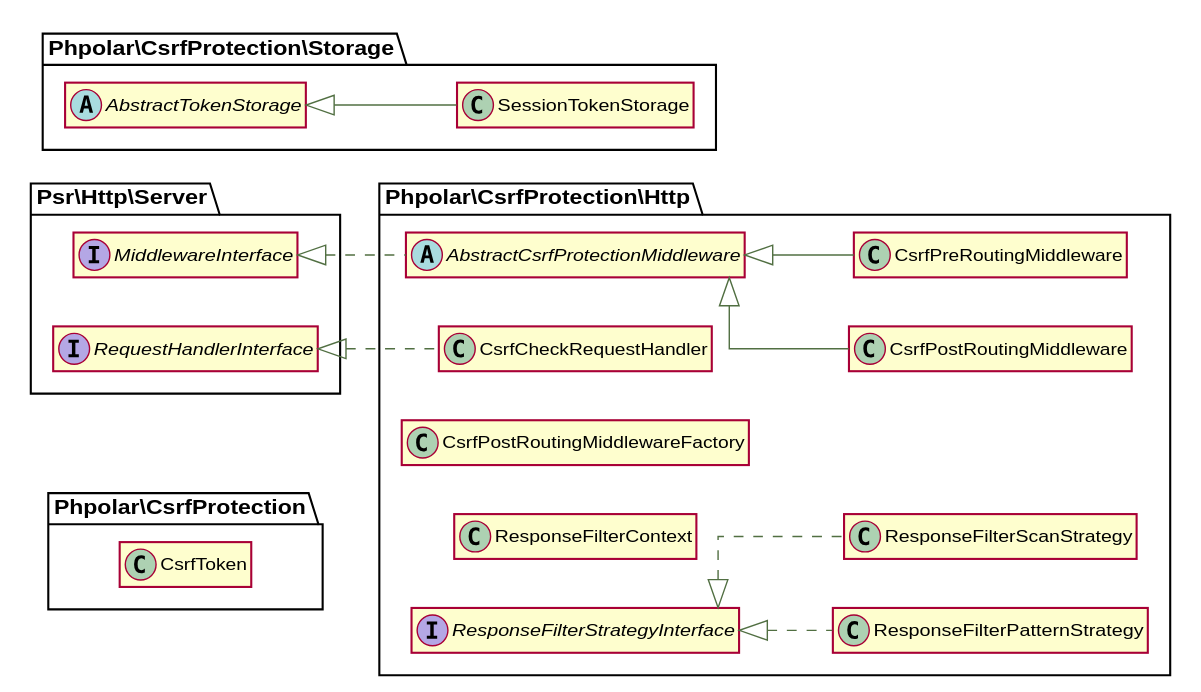
phpolar/csrf-protection keeps this PlantUML diagram as docs/graphs/classes.svg. Above is the earlier version. Its diagram source:
```plantuml
@startuml
   skinparam ArrowColor #516f42
   skinparam activityBorderColor #516f42
   skinparam activityBackgroundColor #ffffff
   skinparam activityDiamondBorderColor #516f42
   skinparam activityDiamondBackgroundColor #ffffff
   skinparam shadowing false

skinparam shadowing false
skinparam linetype ortho
hide empty members
left to right direction
set namespaceSeparator \\


class \\Phpolar\\CsrfProtection\\CsrfToken {
}

abstract class \\Phpolar\\CsrfProtection\\Http\\AbstractCsrfProtectionMiddleware implements \\Psr\\Http\\Server\\MiddlewareInterface {
}

class \\Phpolar\\CsrfProtection\\Http\\CsrfCheckRequestHandler implements \\Psr\\Http\\Server\\RequestHandlerInterface {
}

class \\Phpolar\\CsrfProtection\\Http\\CsrfPostRoutingMiddleware extends \\Phpolar\\CsrfProtection\\Http\\AbstractCsrfProtectionMiddleware {
}

class \\Phpolar\\CsrfProtection\\Http\\CsrfPostRoutingMiddlewareFactory {
}

class \\Phpolar\\CsrfProtection\\Http\\CsrfPreRoutingMiddleware extends \\Phpolar\\CsrfProtection\\Http\\AbstractCsrfProtectionMiddleware {
}

class \\Phpolar\\CsrfProtection\\Http\\ResponseFilterContext {
}

class \\Phpolar\\CsrfProtection\\Http\\ResponseFilterPatternStrategy implements \\Phpolar\\CsrfProtection\\Http\\ResponseFilterStrategyInterface {
}

class \\Phpolar\\CsrfProtection\\Http\\ResponseFilterScanStrategy implements \\Phpolar\\CsrfProtection\\Http\\ResponseFilterStrategyInterface {
}

interface \\Phpolar\\CsrfProtection\\Http\\ResponseFilterStrategyInterface {
}

abstract class \\Phpolar\\CsrfProtection\\Storage\\AbstractTokenStorage {
}

class \\Phpolar\\CsrfProtection\\Storage\\SessionTokenStorage extends \\Phpolar\\CsrfProtection\\Storage\\AbstractTokenStorage {
}

@enduml
```
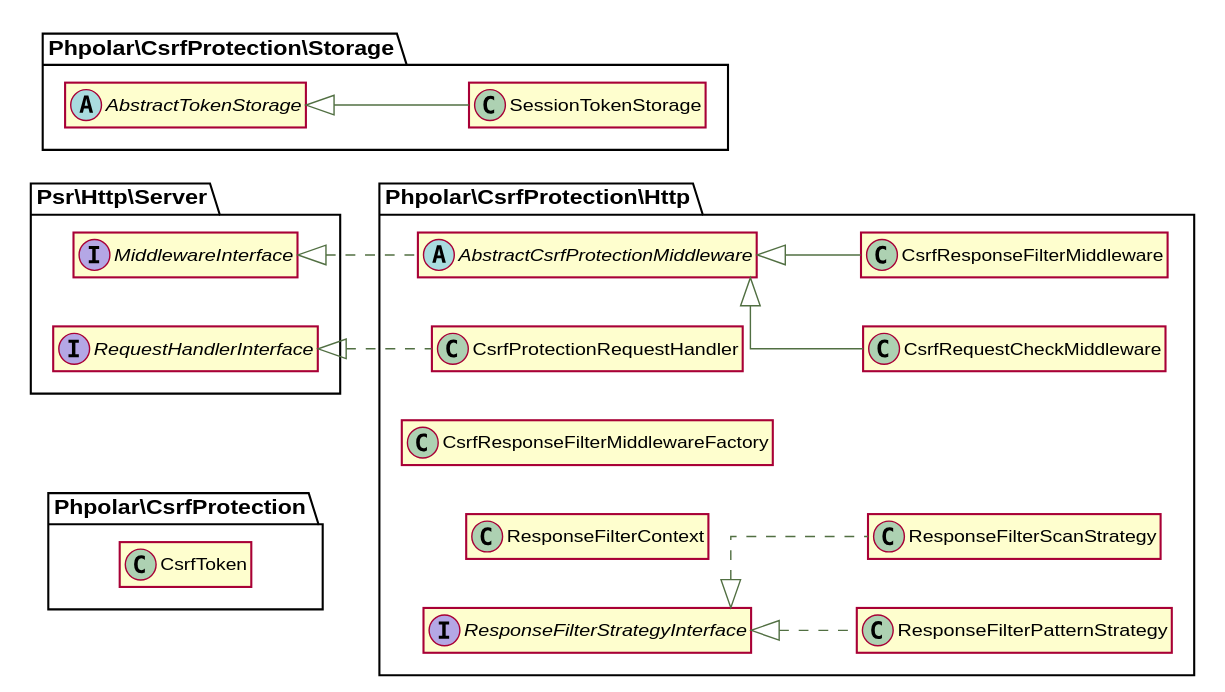
Later version of the same file.

What changed in the source:
```diff
@@ -19,16 +19,16 @@
 abstract class \\Phpolar\\CsrfProtection\\Http\\AbstractCsrfProtectionMiddleware implements \\Psr\\Http\\Server\\MiddlewareInterface {
 }
 
-class \\Phpolar\\CsrfProtection\\Http\\CsrfCheckRequestHandler implements \\Psr\\Http\\Server\\RequestHandlerInterface {
+class \\Phpolar\\CsrfProtection\\Http\\CsrfProtectionRequestHandler implements \\Psr\\Http\\Server\\RequestHandlerInterface {
 }
 
-class \\Phpolar\\CsrfProtection\\Http\\CsrfPostRoutingMiddleware extends \\Phpolar\\CsrfProtection\\Http\\AbstractCsrfProtectionMiddleware {
+class \\Phpolar\\CsrfProtection\\Http\\CsrfRequestCheckMiddleware extends \\Phpolar\\CsrfProtection\\Http\\AbstractCsrfProtectionMiddleware {
 }
 
-class \\Phpolar\\CsrfProtection\\Http\\CsrfPostRoutingMiddlewareFactory {
+class \\Phpolar\\CsrfProtection\\Http\\CsrfResponseFilterMiddleware extends \\Phpolar\\CsrfProtection\\Http\\AbstractCsrfProtectionMiddleware {
 }
 
-class \\Phpolar\\CsrfProtection\\Http\\CsrfPreRoutingMiddleware extends \\Phpolar\\CsrfProtection\\Http\\AbstractCsrfProtectionMiddleware {
+class \\Phpolar\\CsrfProtection\\Http\\CsrfResponseFilterMiddlewareFactory {
 }
 
 class \\Phpolar\\CsrfProtection\\Http\\ResponseFilterContext {
```
